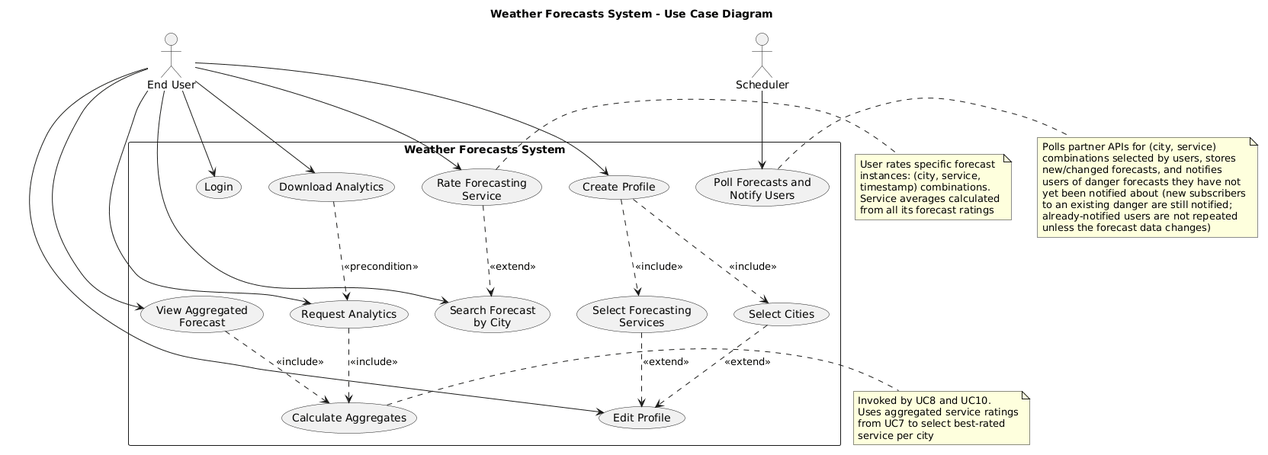
The PlantUML diagram requirements/usecase_diagram.png in ManosMorf97/Weather-Forecasts-AI-Remastered, before a commit.
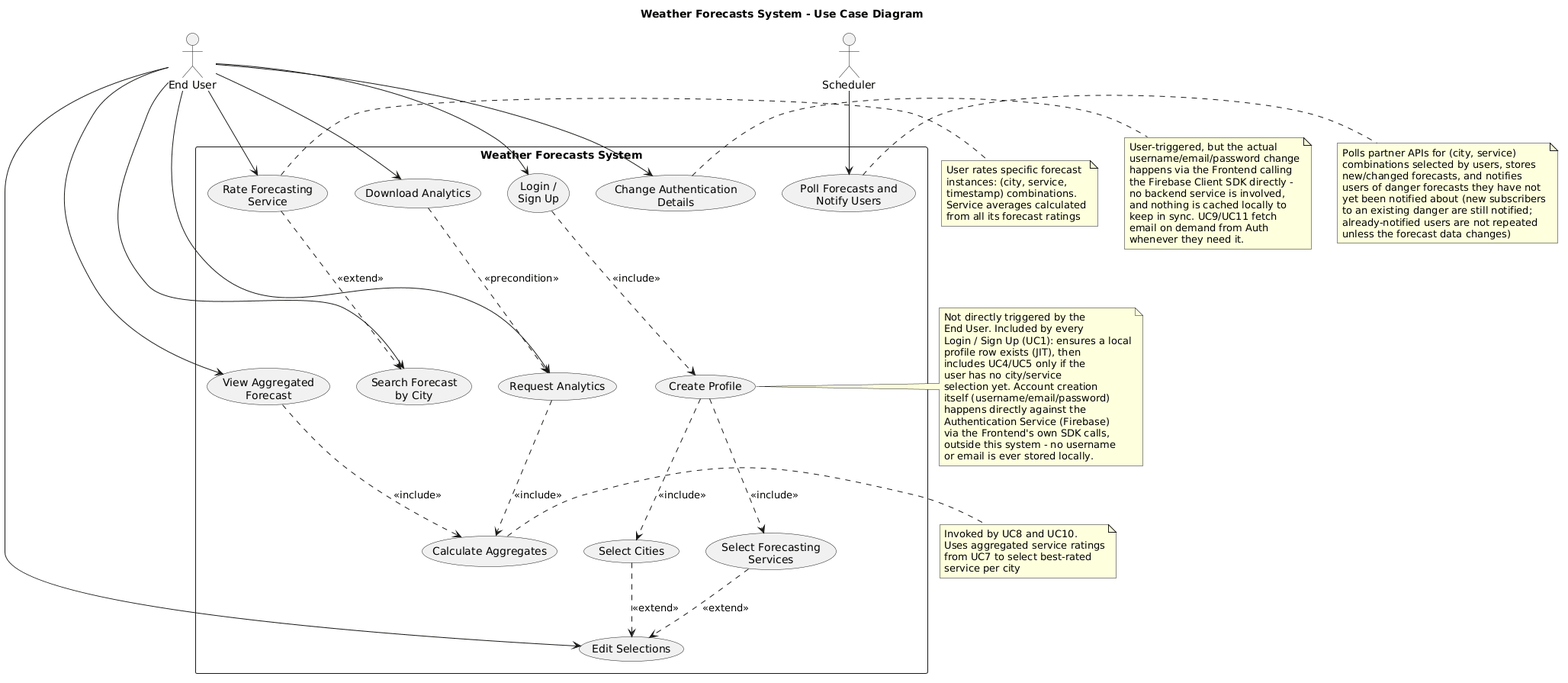
After the commit.

The edit, as a diff of the source:
```diff
@@ -6,9 +6,10 @@
 
 rectangle "Weather Forecasts System" {
 
-    usecase "Login" as UC1
+    usecase "Login /\nSign Up" as UC1
     usecase "Create Profile" as UC2
-    usecase "Edit Profile" as UC3
+    usecase "Edit Selections" as UC3
+    usecase "Change Authentication\nDetails" as UC13
 
     usecase "Select Cities" as UC4
     usecase "Select Forecasting\nServices" as UC5
@@ -26,8 +27,8 @@
 }
 
 User --> UC1
-User --> UC2
 User --> UC3
+User --> UC13
 User --> UC6
 User --> UC7
 User --> UC8
@@ -36,6 +37,7 @@
 
 Scheduler --> UC11
 
+UC1 ..> UC2 : <<include>>
 UC2 ..> UC4 : <<include>>
 UC2 ..> UC5 : <<include>>
 UC4 ..> UC3 : <<extend>>
@@ -45,6 +47,34 @@
 UC8 ..> UC12 : <<include>>
 UC9 ..> UC8 : <<precondition>>
 UC10 ..> UC12 : <<include>>
+
+note right of UC2
+  Not directly triggered by the
+  End User. Included by every
+  Login / Sign Up (UC1): ensures a local
+  profile row exists (JIT), then
+  includes UC4/UC5 only if the
+  user has no city/service
+  selection yet. Account creation
+  itself (username/email/password)
+  happens directly against the
+  Authentication Service (Firebase)
+  via the Frontend's own SDK calls,
+  outside this system - no username
+  or email is ever stored locally.
+end note
+
+note right of UC13
+  User-triggered, but the actual
+  username/email/password change
+  happens via the Frontend calling
+  the Firebase Client SDK directly -
+  no backend service is involved,
+  and nothing is cached locally to
+  keep in sync. UC9/UC11 fetch
+  email on demand from Auth
+  whenever they need it.
+end note
 
 note right of UC7
   User rates specific forecast
```
